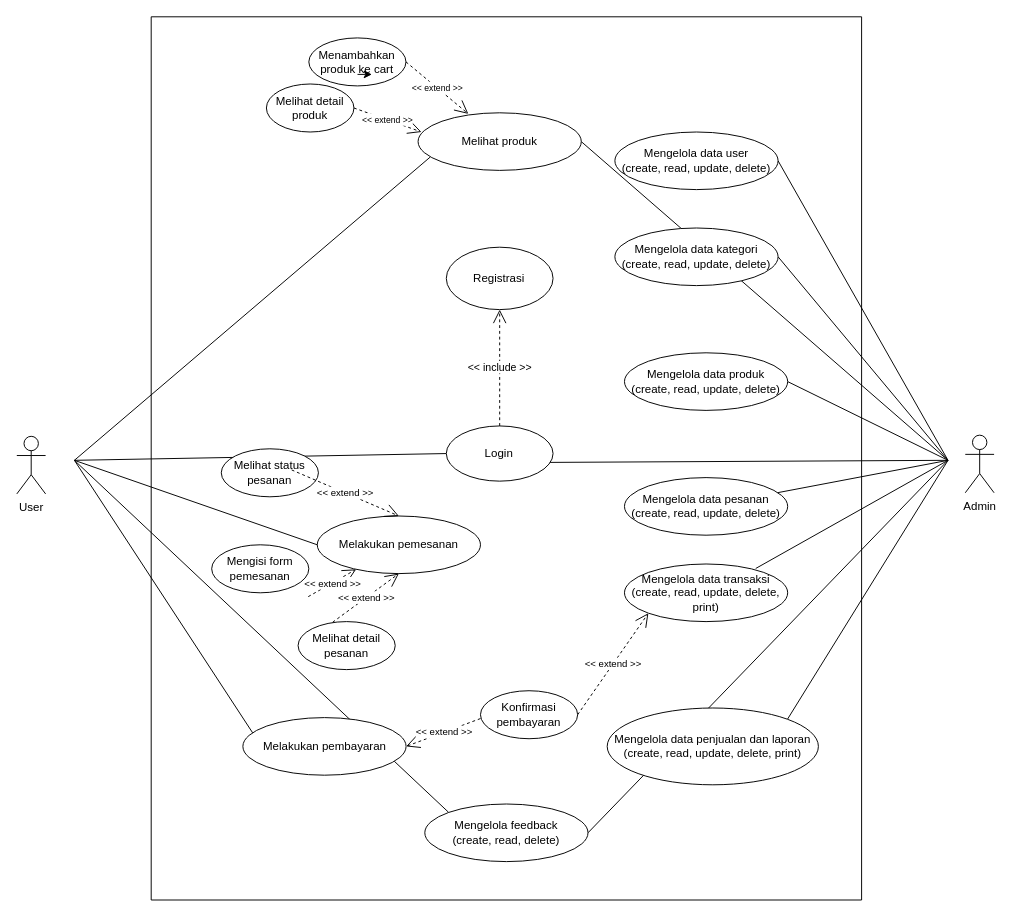
Earlier version of the draw.io diagram Diagram Tanpa Judul.drawio (sintariaulia/Diagram). Source tidied: cells renumbered, new cells numbered last; positions are measured from the earlier drawing's top-left corner, leaving out a move shared by most shapes. Both pictures are drawn from the tidied source at 96%, with x=0, y=0 at pixel (16, 16).
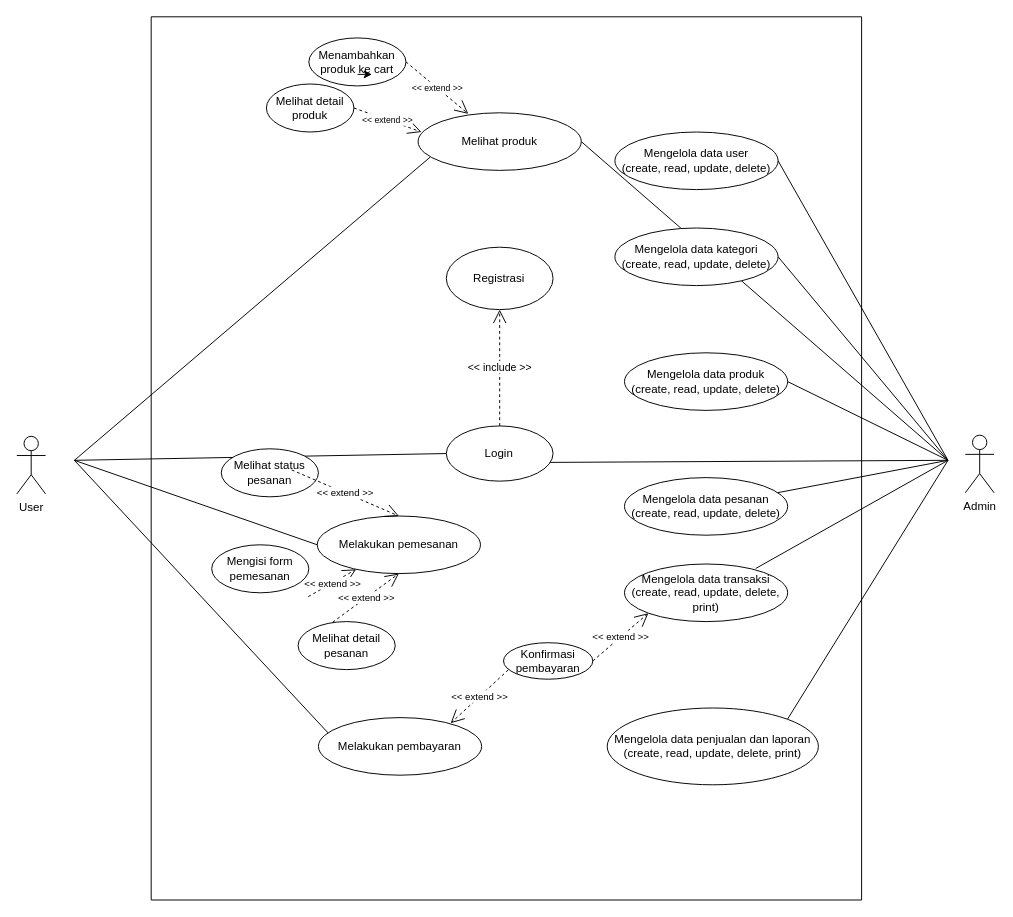
The same diagram, later.

Unchanged cells that the change refers to:
```xml
<mxCell id="21" style="swimlane;startSize=0;" parent="1" vertex="1">
  <mxGeometry x="140" width="740" height="920" as="geometry" />
</mxCell>
<mxCell id="41" value="Mengelola data transaksi&lt;br&gt;(create, read, update, delete, print)" style="ellipse;whiteSpace=wrap;html=1;" parent="21" vertex="1">
  <mxGeometry x="493" y="570" width="170" height="60" as="geometry" />
</mxCell>
```

Diff of the diagram source:
```diff
@@
-    <mxCell id="16" value="&lt;font style=&quot;font-size: 10px;&quot;&gt;&amp;lt;&amp;lt; extend &amp;gt;&amp;gt;&lt;/font&gt;" style="endArrow=open;endSize=12;dashed=1;html=1;rounded=0;exitX=1;exitY=0.5;exitDx=0;exitDy=0;entryX=0;entryY=1;entryDx=0;entryDy=0;" parent="1" edge="1" source="18" target="41">
-      <mxGeometry relative="1" as="geometry" />
-    </mxCell>
-    <mxCell id="17" style="endArrow=none;html=1;rounded=0;exitX=1;exitY=0.5;exitDx=0;exitDy=0;" parent="1" edge="1" source="38">
-      <mxGeometry relative="1" as="geometry">
-        <mxPoint x="970" y="462" as="targetPoint" />
-      </mxGeometry>
-    </mxCell>
-    <mxCell id="18" value="Konfirmasi pembayaran" style="ellipse;whiteSpace=wrap;html=1;" parent="1" vertex="1">
-      <mxGeometry x="483" y="702" width="101.2" height="50" as="geometry" />
-    </mxCell>
-    <mxCell id="19" value="&lt;font style=&quot;font-size: 10px;&quot;&gt;&amp;lt;&amp;lt; extend &amp;gt;&amp;gt;&lt;/font&gt;" style="endArrow=open;endSize=12;dashed=1;html=1;rounded=0;exitX=1;exitY=0.5;exitDx=0;exitDy=0;entryX=1;entryY=0.5;entryDx=0;entryDy=0;" parent="1" edge="1" target="37">
-      <mxGeometry relative="1" as="geometry">
-        <mxPoint x="483" y="731" as="sourcePoint" />
-      </mxGeometry>
-    </mxCell>
-    <mxCell id="20" style="endArrow=none;html=1;rounded=0;entryX=0;entryY=0;entryDx=0;entryDy=0;" parent="1" edge="1" target="38">
-      <mxGeometry relative="1" as="geometry">
-        <mxPoint x="60" y="462" as="sourcePoint" />
-      </mxGeometry>
-    </mxCell>
@@
     <mxCell id="37" value="Melakukan pembayaran" style="ellipse;whiteSpace=wrap;html=1;" parent="21" vertex="1">
-      <mxGeometry x="95.5" y="730" width="170" height="60" as="geometry" />
+      <mxGeometry x="174.2" y="730" width="170" height="60" as="geometry" />
     </mxCell>
-    <mxCell id="38" value="Mengelola feedback&lt;br&gt;(create, read, delete)" style="ellipse;whiteSpace=wrap;html=1;" parent="21" vertex="1">
-      <mxGeometry x="285" y="820" width="170" height="60" as="geometry" />
-    </mxCell>
@@
+    <mxCell id="18" value="Konfirmasi pembayaran" style="ellipse;whiteSpace=wrap;html=1;" parent="21" vertex="1">
+      <mxGeometry x="367" y="652" width="93" height="38" as="geometry" />
+    </mxCell>
+    <mxCell id="16" value="&lt;font style=&quot;font-size: 10px;&quot;&gt;&amp;lt;&amp;lt; extend &amp;gt;&amp;gt;&lt;/font&gt;" style="endArrow=open;endSize=12;dashed=1;html=1;rounded=0;exitX=1;exitY=0.5;exitDx=0;exitDy=0;entryX=0;entryY=1;entryDx=0;entryDy=0;" parent="21" edge="1" source="18" target="41">
+      <mxGeometry relative="1" as="geometry" />
+    </mxCell>
+    <mxCell id="19" value="&lt;font style=&quot;font-size: 10px;&quot;&gt;&amp;lt;&amp;lt; extend &amp;gt;&amp;gt;&lt;/font&gt;" style="endArrow=open;endSize=12;dashed=1;html=1;rounded=0;entryX=0.81;entryY=0.098;entryDx=0;entryDy=0;entryPerimeter=0;exitX=0.053;exitY=0.746;exitDx=0;exitDy=0;exitPerimeter=0;" parent="21" edge="1" source="18" target="37">
+      <mxGeometry relative="1" as="geometry" />
+    </mxCell>
```
